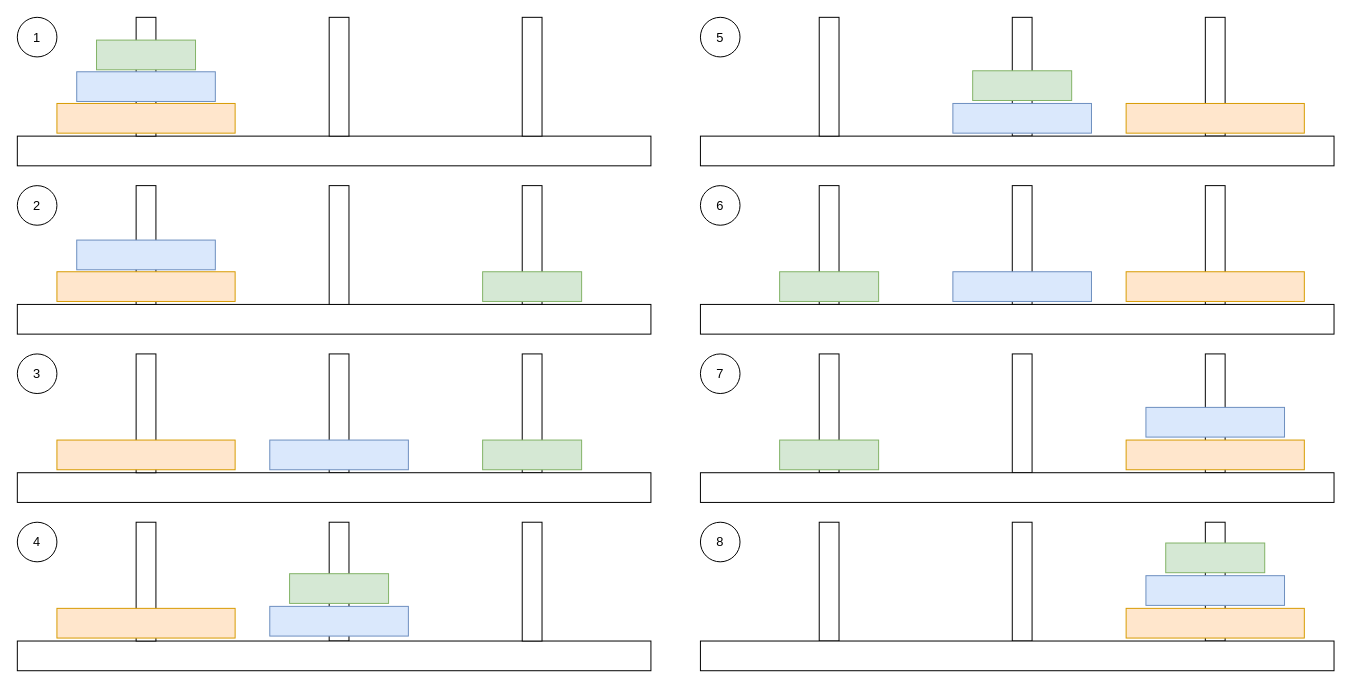
Before: docs/assets/images/hanoi.drawio in heig-tin-info/handbook, a draw.io diagram. Source tidied: cells renumbered, new cells numbered last; positions are measured from the earlier drawing's top-left corner, leaving out a move shared by most shapes. Both pictures are drawn from the tidied source at 99%, with x=0, y=0 at pixel (17, 17).
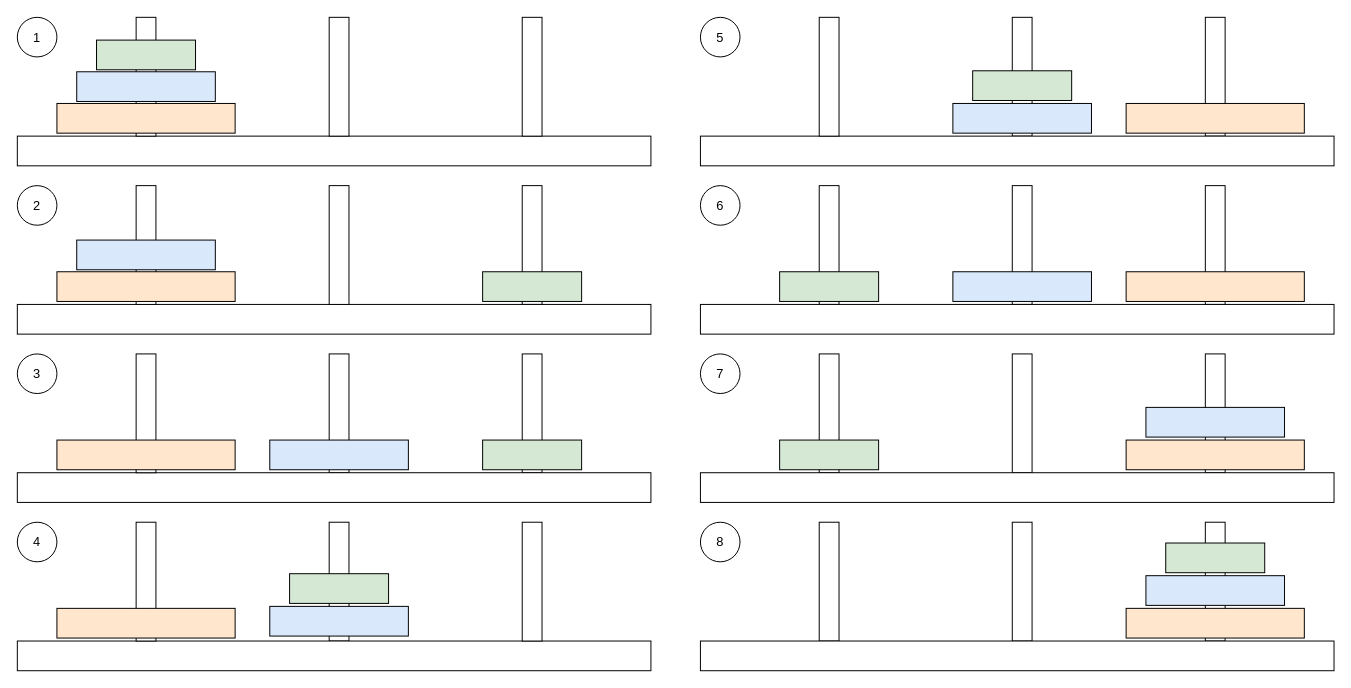
Above is the later version.

Diff of the diagram source:
```diff
@@
-    <mxCell id="19" style="rounded=0;whiteSpace=wrap;html=1;fillColor=#ffe6cc;strokeColor=#d79b00;" parent="1" vertex="1">
+    <mxCell id="19" style="rounded=0;whiteSpace=wrap;html=1;fillColor=#ffe6cc;strokeColor=#000000;" parent="1" vertex="1">
       <mxGeometry x="40" y="87" width="180" height="30" as="geometry" />
     </mxCell>
-    <mxCell id="20" style="rounded=0;whiteSpace=wrap;html=1;fillColor=#dae8fc;strokeColor=#6c8ebf;" parent="1" vertex="1">
+    <mxCell id="20" style="rounded=0;whiteSpace=wrap;html=1;fillColor=#dae8fc;strokeColor=#000000;" parent="1" vertex="1">
       <mxGeometry x="60" y="55" width="140" height="30" as="geometry" />
     </mxCell>
-    <mxCell id="21" style="rounded=0;whiteSpace=wrap;html=1;fillColor=#d5e8d4;strokeColor=#82b366;" parent="1" vertex="1">
+    <mxCell id="21" style="rounded=0;whiteSpace=wrap;html=1;fillColor=#d5e8d4;strokeColor=#000000;" parent="1" vertex="1">
       <mxGeometry x="80" y="23" width="100" height="30" as="geometry" />
     </mxCell>
@@
-    <mxCell id="26" style="rounded=0;whiteSpace=wrap;html=1;fillColor=#ffe6cc;strokeColor=#d79b00;" parent="1" vertex="1">
+    <mxCell id="26" style="rounded=0;whiteSpace=wrap;html=1;fillColor=#ffe6cc;strokeColor=#000000;" parent="1" vertex="1">
       <mxGeometry x="40" y="257" width="180" height="30" as="geometry" />
     </mxCell>
-    <mxCell id="27" style="rounded=0;whiteSpace=wrap;html=1;fillColor=#dae8fc;strokeColor=#6c8ebf;" parent="1" vertex="1">
+    <mxCell id="27" style="rounded=0;whiteSpace=wrap;html=1;fillColor=#dae8fc;strokeColor=#000000;" parent="1" vertex="1">
       <mxGeometry x="60" y="225" width="140" height="30" as="geometry" />
     </mxCell>
-    <mxCell id="28" style="rounded=0;whiteSpace=wrap;html=1;fillColor=#d5e8d4;strokeColor=#82b366;" parent="1" vertex="1">
+    <mxCell id="28" style="rounded=0;whiteSpace=wrap;html=1;fillColor=#d5e8d4;strokeColor=#000000;" parent="1" vertex="1">
       <mxGeometry x="470" y="257" width="100" height="30" as="geometry" />
     </mxCell>
@@
-    <mxCell id="32" style="rounded=0;whiteSpace=wrap;html=1;fillColor=#ffe6cc;strokeColor=#d79b00;" parent="1" vertex="1">
+    <mxCell id="32" style="rounded=0;whiteSpace=wrap;html=1;fillColor=#ffe6cc;strokeColor=#000000;" parent="1" vertex="1">
       <mxGeometry x="40" y="427" width="180" height="30" as="geometry" />
     </mxCell>
-    <mxCell id="33" style="rounded=0;whiteSpace=wrap;html=1;fillColor=#dae8fc;strokeColor=#6c8ebf;" parent="1" vertex="1">
+    <mxCell id="33" style="rounded=0;whiteSpace=wrap;html=1;fillColor=#dae8fc;strokeColor=#000000;" parent="1" vertex="1">
       <mxGeometry x="255" y="427" width="140" height="30" as="geometry" />
     </mxCell>
-    <mxCell id="34" style="rounded=0;whiteSpace=wrap;html=1;fillColor=#d5e8d4;strokeColor=#82b366;" parent="1" vertex="1">
+    <mxCell id="34" style="rounded=0;whiteSpace=wrap;html=1;fillColor=#d5e8d4;strokeColor=#000000;" parent="1" vertex="1">
       <mxGeometry x="470" y="427" width="100" height="30" as="geometry" />
     </mxCell>
@@
-    <mxCell id="37" style="rounded=0;whiteSpace=wrap;html=1;fillColor=#ffe6cc;strokeColor=#d79b00;" parent="1" vertex="1">
+    <mxCell id="37" style="rounded=0;whiteSpace=wrap;html=1;fillColor=#ffe6cc;strokeColor=#000000;" parent="1" vertex="1">
       <mxGeometry x="40" y="597" width="180" height="30" as="geometry" />
     </mxCell>
-    <mxCell id="38" style="rounded=0;whiteSpace=wrap;html=1;fillColor=#dae8fc;strokeColor=#6c8ebf;" parent="1" vertex="1">
+    <mxCell id="38" style="rounded=0;whiteSpace=wrap;html=1;fillColor=#dae8fc;strokeColor=#000000;" parent="1" vertex="1">
       <mxGeometry x="255" y="595" width="140" height="30" as="geometry" />
     </mxCell>
-    <mxCell id="39" style="rounded=0;whiteSpace=wrap;html=1;fillColor=#d5e8d4;strokeColor=#82b366;" parent="1" vertex="1">
+    <mxCell id="39" style="rounded=0;whiteSpace=wrap;html=1;fillColor=#d5e8d4;strokeColor=#000000;" parent="1" vertex="1">
       <mxGeometry x="275" y="562" width="100" height="30" as="geometry" />
     </mxCell>
@@
-    <mxCell id="43" style="rounded=0;whiteSpace=wrap;html=1;fillColor=#ffe6cc;strokeColor=#d79b00;" parent="1" vertex="1">
+    <mxCell id="43" style="rounded=0;whiteSpace=wrap;html=1;fillColor=#ffe6cc;strokeColor=#000000;" parent="1" vertex="1">
       <mxGeometry x="1120" y="87" width="180" height="30" as="geometry" />
     </mxCell>
-    <mxCell id="44" style="rounded=0;whiteSpace=wrap;html=1;fillColor=#dae8fc;strokeColor=#6c8ebf;" parent="1" vertex="1">
+    <mxCell id="44" style="rounded=0;whiteSpace=wrap;html=1;fillColor=#dae8fc;strokeColor=#000000;" parent="1" vertex="1">
       <mxGeometry x="945" y="87" width="140" height="30" as="geometry" />
     </mxCell>
-    <mxCell id="45" style="rounded=0;whiteSpace=wrap;html=1;fillColor=#d5e8d4;strokeColor=#82b366;" parent="1" vertex="1">
+    <mxCell id="45" style="rounded=0;whiteSpace=wrap;html=1;fillColor=#d5e8d4;strokeColor=#000000;" parent="1" vertex="1">
       <mxGeometry x="965" y="54" width="100" height="30" as="geometry" />
     </mxCell>
@@
-    <mxCell id="47" style="rounded=0;whiteSpace=wrap;html=1;fillColor=#ffe6cc;strokeColor=#d79b00;" parent="1" vertex="1">
+    <mxCell id="47" style="rounded=0;whiteSpace=wrap;html=1;fillColor=#ffe6cc;strokeColor=#000000;" parent="1" vertex="1">
       <mxGeometry x="1120" y="257" width="180" height="30" as="geometry" />
     </mxCell>
-    <mxCell id="48" style="rounded=0;whiteSpace=wrap;html=1;fillColor=#dae8fc;strokeColor=#6c8ebf;" parent="1" vertex="1">
+    <mxCell id="48" style="rounded=0;whiteSpace=wrap;html=1;fillColor=#dae8fc;strokeColor=#000000;" parent="1" vertex="1">
       <mxGeometry x="945" y="257" width="140" height="30" as="geometry" />
     </mxCell>
-    <mxCell id="49" style="rounded=0;whiteSpace=wrap;html=1;fillColor=#d5e8d4;strokeColor=#82b366;" parent="1" vertex="1">
+    <mxCell id="49" style="rounded=0;whiteSpace=wrap;html=1;fillColor=#d5e8d4;strokeColor=#000000;" parent="1" vertex="1">
       <mxGeometry x="770" y="257" width="100" height="30" as="geometry" />
     </mxCell>
@@
-    <mxCell id="51" style="rounded=0;whiteSpace=wrap;html=1;fillColor=#ffe6cc;strokeColor=#d79b00;" parent="1" vertex="1">
+    <mxCell id="51" style="rounded=0;whiteSpace=wrap;html=1;fillColor=#ffe6cc;strokeColor=#000000;" parent="1" vertex="1">
       <mxGeometry x="1120" y="427" width="180" height="30" as="geometry" />
     </mxCell>
-    <mxCell id="52" style="rounded=0;whiteSpace=wrap;html=1;fillColor=#dae8fc;strokeColor=#6c8ebf;" parent="1" vertex="1">
+    <mxCell id="52" style="rounded=0;whiteSpace=wrap;html=1;fillColor=#dae8fc;strokeColor=#000000;" parent="1" vertex="1">
       <mxGeometry x="1140" y="394" width="140" height="30" as="geometry" />
     </mxCell>
-    <mxCell id="53" style="rounded=0;whiteSpace=wrap;html=1;fillColor=#d5e8d4;strokeColor=#82b366;" parent="1" vertex="1">
+    <mxCell id="53" style="rounded=0;whiteSpace=wrap;html=1;fillColor=#d5e8d4;strokeColor=#000000;" parent="1" vertex="1">
       <mxGeometry x="770" y="427" width="100" height="30" as="geometry" />
     </mxCell>
@@
-    <mxCell id="55" style="rounded=0;whiteSpace=wrap;html=1;fillColor=#ffe6cc;strokeColor=#d79b00;" parent="1" vertex="1">
+    <mxCell id="55" style="rounded=0;whiteSpace=wrap;html=1;fillColor=#ffe6cc;strokeColor=#000000;" parent="1" vertex="1">
       <mxGeometry x="1120" y="597" width="180" height="30" as="geometry" />
     </mxCell>
-    <mxCell id="56" style="rounded=0;whiteSpace=wrap;html=1;fillColor=#dae8fc;strokeColor=#6c8ebf;" parent="1" vertex="1">
+    <mxCell id="56" style="rounded=0;whiteSpace=wrap;html=1;fillColor=#dae8fc;strokeColor=#000000;" parent="1" vertex="1">
       <mxGeometry x="1140" y="564" width="140" height="30" as="geometry" />
     </mxCell>
-    <mxCell id="57" style="rounded=0;whiteSpace=wrap;html=1;fillColor=#d5e8d4;strokeColor=#82b366;" parent="1" vertex="1">
+    <mxCell id="57" style="rounded=0;whiteSpace=wrap;html=1;fillColor=#d5e8d4;strokeColor=#000000;" parent="1" vertex="1">
       <mxGeometry x="1160" y="531" width="100" height="30" as="geometry" />
     </mxCell>
```
